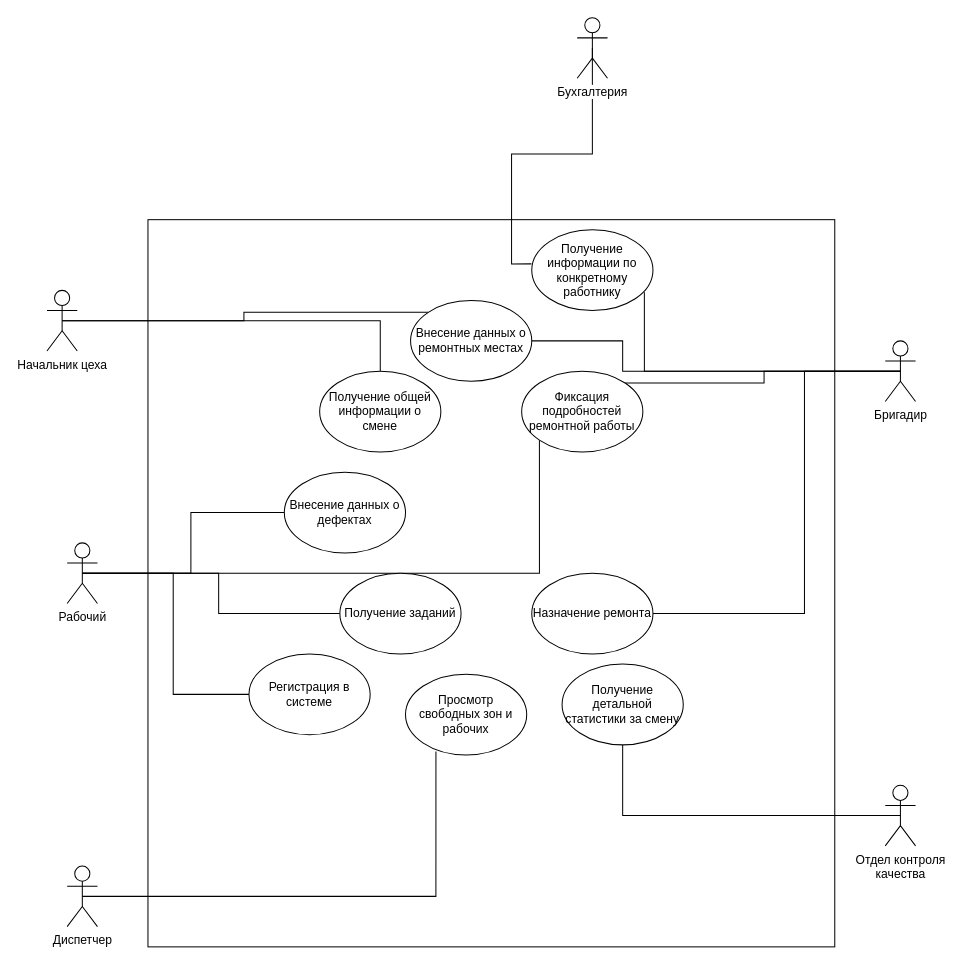
Before: UseCase.drawio in vladmosin/CLI, a draw.io diagram. Source tidied: cells renumbered, new cells numbered last; positions are measured from the earlier drawing's top-left corner, leaving out a move shared by most shapes. Both pictures are drawn from the tidied source at 101%, with x=0, y=0 at pixel (46, 17).
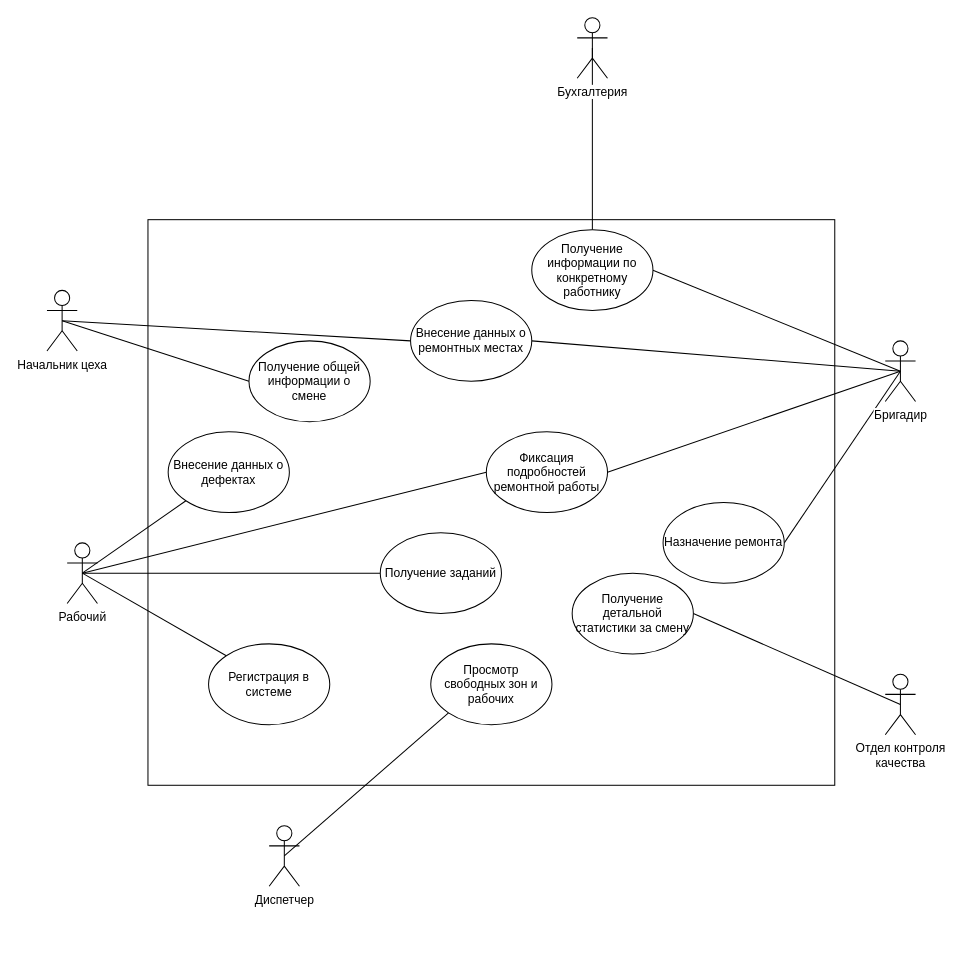
The same page after the edit.

The change refers to these unchanged cells:
```xml
<mxCell id="9" value="Бригадир" style="shape=umlActor;verticalLabelPosition=bottom;labelBackgroundColor=#ffffff;verticalAlign=top;html=1;outlineConnect=0;" parent="1" vertex="1">
  <mxGeometry x="830" y="320" width="30" height="60" as="geometry" />
</mxCell>
<mxCell id="14" value="Рабочий" style="shape=umlActor;verticalLabelPosition=bottom;labelBackgroundColor=#ffffff;verticalAlign=top;html=1;" parent="1" vertex="1">
  <mxGeometry x="20" y="520" width="30" height="60" as="geometry" />
</mxCell>
<mxCell id="19" value="Начальник цеха" style="shape=umlActor;verticalLabelPosition=bottom;labelBackgroundColor=#ffffff;verticalAlign=top;html=1;" parent="1" vertex="1">
  <mxGeometry y="270" width="30" height="60" as="geometry" />
</mxCell>
<mxCell id="21" value="Бухгалтерия" style="shape=umlActor;verticalLabelPosition=bottom;labelBackgroundColor=#ffffff;verticalAlign=top;html=1;" parent="1" vertex="1">
  <mxGeometry x="525" width="30" height="60" as="geometry" />
</mxCell>
<mxCell id="22" value="Внесение данных о ремонтных местах" style="ellipse;whiteSpace=wrap;html=1;" parent="1" vertex="1">
  <mxGeometry x="360" y="280" width="120" height="80" as="geometry" />
</mxCell>
<mxCell id="31" value="Получение информации по конкретному работнику" style="ellipse;whiteSpace=wrap;html=1;" parent="1" vertex="1">
  <mxGeometry x="480" y="210" width="120" height="80" as="geometry" />
</mxCell>
```

Change to the diagram source:
```diff
@@
     <mxCell id="2" style="rounded=0;whiteSpace=wrap;html=1;" parent="1" vertex="1">
-      <mxGeometry x="100" y="200" width="680" height="720" as="geometry" />
+      <mxGeometry x="100" y="200" width="680" height="560" as="geometry" />
     </mxCell>
-    <mxCell id="3" style="edgeStyle=orthogonalEdgeStyle;rounded=0;jettySize=auto;html=1;exitX=0.5;exitY=0.5;exitDx=0;exitDy=0;exitPerimeter=0;entryX=0.251;entryY=0.957;entryDx=0;entryDy=0;entryPerimeter=0;endArrow=none;endFill=0;" parent="1" edge="1" source="4" target="28">
+    <mxCell id="3" style="rounded=0;jettySize=auto;html=1;exitX=0.5;exitY=0.5;exitDx=0;exitDy=0;exitPerimeter=0;entryX=0;entryY=1;entryDx=0;entryDy=0;endArrow=none;endFill=0;" parent="1" edge="1" source="4" target="28">
       <mxGeometry relative="1" as="geometry" />
     </mxCell>
     <mxCell id="4" value="Диспетчер" style="shape=umlActor;verticalLabelPosition=bottom;labelBackgroundColor=#ffffff;verticalAlign=top;html=1;outlineConnect=0;" parent="1" vertex="1">
-      <mxGeometry x="20" y="840" width="30" height="60" as="geometry" />
+      <mxGeometry x="220" y="800" width="30" height="60" as="geometry" />
     </mxCell>
-    <mxCell id="5" style="edgeStyle=orthogonalEdgeStyle;rounded=0;jettySize=auto;html=1;exitX=0.5;exitY=0.5;exitDx=0;exitDy=0;exitPerimeter=0;entryX=1;entryY=0;entryDx=0;entryDy=0;endArrow=none;endFill=0;" parent="1" edge="1" source="9" target="24">
+    <mxCell id="5" style="rounded=0;jettySize=auto;html=1;exitX=0.5;exitY=0.5;exitDx=0;exitDy=0;exitPerimeter=0;entryX=1;entryY=0.5;entryDx=0;entryDy=0;endArrow=none;endFill=0;" parent="1" edge="1" source="9" target="24">
       <mxGeometry relative="1" as="geometry" />
     </mxCell>
+    <mxCell id="8" style="rounded=0;jettySize=auto;html=1;exitX=0.5;exitY=0.5;exitDx=0;exitDy=0;exitPerimeter=0;entryX=1;entryY=0.5;entryDx=0;entryDy=0;endArrow=none;endFill=0;" parent="1" edge="1" source="9" target="31">
+      <mxGeometry relative="1" as="geometry" />
+    </mxCell>
+    <mxCell id="7" style="rounded=0;jettySize=auto;html=1;exitX=0.5;exitY=0.5;exitDx=0;exitDy=0;exitPerimeter=0;entryX=1;entryY=0.5;entryDx=0;entryDy=0;endArrow=none;endFill=0;" parent="1" edge="1" source="9" target="25">
+      <mxGeometry relative="1" as="geometry" />
+    </mxCell>
-    <mxCell id="6" style="edgeStyle=orthogonalEdgeStyle;rounded=0;jettySize=auto;html=1;exitX=0.5;exitY=0.5;exitDx=0;exitDy=0;exitPerimeter=0;entryX=1;entryY=0.5;entryDx=0;entryDy=0;endArrow=none;endFill=0;" parent="1" edge="1" source="9" target="22">
-      <mxGeometry relative="1" as="geometry">
-        <Array as="points">
-          <mxPoint x="570" y="350" />
-          <mxPoint x="570" y="320" />
-        </Array>
-      </mxGeometry>
+    <mxCell id="6" style="rounded=0;jettySize=auto;html=1;exitX=0.5;exitY=0.5;exitDx=0;exitDy=0;exitPerimeter=0;entryX=1;entryY=0.5;entryDx=0;entryDy=0;endArrow=none;endFill=0;" parent="1" edge="1" source="9" target="22">
+      <mxGeometry relative="1" as="geometry" />
     </mxCell>
-    <mxCell id="7" style="edgeStyle=orthogonalEdgeStyle;rounded=0;jettySize=auto;html=1;exitX=0.5;exitY=0.5;exitDx=0;exitDy=0;exitPerimeter=0;endArrow=none;endFill=0;" parent="1" edge="1" source="9" target="25">
-      <mxGeometry relative="1" as="geometry">
-        <Array as="points">
-          <mxPoint x="750" y="350" />
-          <mxPoint x="750" y="590" />
-        </Array>
-      </mxGeometry>
-    </mxCell>
-    <mxCell id="8" style="edgeStyle=orthogonalEdgeStyle;rounded=0;jettySize=auto;html=1;exitX=0.5;exitY=0.5;exitDx=0;exitDy=0;exitPerimeter=0;entryX=0.929;entryY=0.772;entryDx=0;entryDy=0;entryPerimeter=0;endArrow=none;endFill=0;" parent="1" edge="1" source="9" target="31">
-      <mxGeometry relative="1" as="geometry">
-        <Array as="points">
-          <mxPoint x="592" y="350" />
-        </Array>
-      </mxGeometry>
-    </mxCell>
@@
+    <mxCell id="11" style="rounded=0;jettySize=auto;html=1;exitX=0.5;exitY=0.5;exitDx=0;exitDy=0;exitPerimeter=0;entryX=0;entryY=1;entryDx=0;entryDy=0;endArrow=none;endFill=0;" parent="1" edge="1" source="14" target="23">
+      <mxGeometry relative="1" as="geometry" />
+    </mxCell>
+    <mxCell id="13" style="rounded=0;jettySize=auto;html=1;exitX=0.5;exitY=0.5;exitDx=0;exitDy=0;exitPerimeter=0;entryX=0;entryY=0.5;entryDx=0;entryDy=0;endArrow=none;endFill=0;" parent="1" edge="1" source="14" target="24">
+      <mxGeometry relative="1" as="geometry" />
+    </mxCell>
-    <mxCell id="10" style="edgeStyle=orthogonalEdgeStyle;rounded=0;jettySize=auto;html=1;exitX=0.5;exitY=0.5;exitDx=0;exitDy=0;exitPerimeter=0;entryX=0;entryY=0.5;entryDx=0;entryDy=0;endArrow=none;endFill=0;" parent="1" edge="1" source="14" target="26">
+    <mxCell id="10" style="rounded=0;jettySize=auto;html=1;exitX=0.5;exitY=0.5;exitDx=0;exitDy=0;exitPerimeter=0;entryX=0;entryY=0;entryDx=0;entryDy=0;endArrow=none;endFill=0;" parent="1" edge="1" source="14" target="26">
       <mxGeometry relative="1" as="geometry" />
     </mxCell>
-    <mxCell id="11" style="edgeStyle=orthogonalEdgeStyle;rounded=0;jettySize=auto;html=1;exitX=0.5;exitY=0.5;exitDx=0;exitDy=0;exitPerimeter=0;entryX=0;entryY=0.5;entryDx=0;entryDy=0;endArrow=none;endFill=0;" parent="1" edge="1" source="14" target="23">
-      <mxGeometry relative="1" as="geometry" />
-    </mxCell>
-    <mxCell id="12" style="edgeStyle=orthogonalEdgeStyle;rounded=0;jettySize=auto;html=1;exitX=0.5;exitY=0.5;exitDx=0;exitDy=0;exitPerimeter=0;entryX=0;entryY=0.5;entryDx=0;entryDy=0;endArrow=none;endFill=0;" parent="1" edge="1" source="14" target="27">
+    <mxCell id="12" style="rounded=0;jettySize=auto;html=1;exitX=0.5;exitY=0.5;exitDx=0;exitDy=0;exitPerimeter=0;entryX=0;entryY=0.5;entryDx=0;entryDy=0;endArrow=none;endFill=0;" parent="1" edge="1" source="14" target="27">
       <mxGeometry relative="1" as="geometry" />
     </mxCell>
-    <mxCell id="13" style="edgeStyle=orthogonalEdgeStyle;rounded=0;jettySize=auto;html=1;exitX=0.5;exitY=0.5;exitDx=0;exitDy=0;exitPerimeter=0;entryX=0;entryY=1;entryDx=0;entryDy=0;endArrow=none;endFill=0;" parent="1" edge="1" source="14" target="24">
-      <mxGeometry relative="1" as="geometry" />
-    </mxCell>
@@
-    <mxCell id="15" style="edgeStyle=orthogonalEdgeStyle;rounded=0;jettySize=auto;html=1;exitX=0.5;exitY=0.5;exitDx=0;exitDy=0;exitPerimeter=0;entryX=0.5;entryY=1;entryDx=0;entryDy=0;endArrow=none;endFill=0;" parent="1" edge="1" source="16" target="29">
+    <mxCell id="15" style="rounded=0;jettySize=auto;html=1;exitX=0.5;exitY=0.5;exitDx=0;exitDy=0;exitPerimeter=0;entryX=1;entryY=0.5;entryDx=0;entryDy=0;endArrow=none;endFill=0;" parent="1" edge="1" source="16" target="29">
       <mxGeometry relative="1" as="geometry" />
     </mxCell>
     <mxCell id="16" value="Отдел контроля&lt;br&gt;качества" style="shape=umlActor;verticalLabelPosition=bottom;labelBackgroundColor=#ffffff;verticalAlign=top;html=1;" parent="1" vertex="1">
-      <mxGeometry x="830" y="760" width="30" height="60" as="geometry" />
+      <mxGeometry x="830" y="650" width="30" height="60" as="geometry" />
     </mxCell>
-    <mxCell id="17" style="edgeStyle=orthogonalEdgeStyle;rounded=0;jettySize=auto;html=1;exitX=0.5;exitY=0.5;exitDx=0;exitDy=0;exitPerimeter=0;entryX=0;entryY=0;entryDx=0;entryDy=0;endArrow=none;endFill=0;" parent="1" edge="1" source="19" target="22">
+    <mxCell id="17" style="rounded=0;jettySize=auto;html=1;exitX=0.5;exitY=0.5;exitDx=0;exitDy=0;exitPerimeter=0;entryX=0;entryY=0.5;entryDx=0;entryDy=0;endArrow=none;endFill=0;" parent="1" edge="1" source="19" target="22">
       <mxGeometry relative="1" as="geometry" />
     </mxCell>
-    <mxCell id="18" style="edgeStyle=orthogonalEdgeStyle;rounded=0;jettySize=auto;html=1;exitX=0.5;exitY=0.5;exitDx=0;exitDy=0;exitPerimeter=0;entryX=0.5;entryY=0;entryDx=0;entryDy=0;endArrow=none;endFill=0;" parent="1" edge="1" source="19" target="30">
+    <mxCell id="18" style="rounded=0;jettySize=auto;html=1;exitX=0.5;exitY=0.5;exitDx=0;exitDy=0;exitPerimeter=0;entryX=0;entryY=0.5;entryDx=0;entryDy=0;endArrow=none;endFill=0;" parent="1" edge="1" source="19" target="30">
       <mxGeometry relative="1" as="geometry" />
     </mxCell>
@@
-    <mxCell id="20" style="edgeStyle=orthogonalEdgeStyle;rounded=0;jettySize=auto;html=1;exitX=0.5;exitY=0.5;exitDx=0;exitDy=0;exitPerimeter=0;entryX=-0.003;entryY=0.422;entryDx=0;entryDy=0;entryPerimeter=0;endArrow=none;endFill=0;" parent="1" edge="1" source="21" target="31">
+    <mxCell id="20" style="rounded=0;jettySize=auto;html=1;exitX=0.5;exitY=0.5;exitDx=0;exitDy=0;exitPerimeter=0;entryX=0.5;entryY=0;entryDx=0;entryDy=0;endArrow=none;endFill=0;" parent="1" edge="1" source="21" target="31">
       <mxGeometry relative="1" as="geometry" />
     </mxCell>
@@
     <mxCell id="23" value="Внесение данных о дефектах" style="ellipse;whiteSpace=wrap;html=1;" parent="1" vertex="1">
-      <mxGeometry x="235" y="450" width="120" height="80" as="geometry" />
+      <mxGeometry x="120" y="410" width="120" height="80" as="geometry" />
     </mxCell>
     <mxCell id="24" value="Фиксация подробностей ремонтной работы" style="ellipse;whiteSpace=wrap;html=1;" parent="1" vertex="1">
-      <mxGeometry x="470" y="350" width="120" height="80" as="geometry" />
+      <mxGeometry x="435" y="410" width="120" height="80" as="geometry" />
     </mxCell>
     <mxCell id="25" value="Назначение ремонта" style="ellipse;whiteSpace=wrap;html=1;" parent="1" vertex="1">
-      <mxGeometry x="480" y="550" width="120" height="80" as="geometry" />
+      <mxGeometry x="610" y="480" width="120" height="80" as="geometry" />
     </mxCell>
     <mxCell id="26" value="Регистрация в системе" style="ellipse;whiteSpace=wrap;html=1;" parent="1" vertex="1">
-      <mxGeometry x="200" y="630" width="120" height="80" as="geometry" />
+      <mxGeometry x="160" y="620" width="120" height="80" as="geometry" />
     </mxCell>
     <mxCell id="27" value="Получение заданий" style="ellipse;whiteSpace=wrap;html=1;" parent="1" vertex="1">
-      <mxGeometry x="290" y="550" width="120" height="80" as="geometry" />
+      <mxGeometry x="330" y="510" width="120" height="80" as="geometry" />
     </mxCell>
     <mxCell id="28" value="Просмотр свободных зон и рабочих" style="ellipse;whiteSpace=wrap;html=1;" parent="1" vertex="1">
-      <mxGeometry x="355" y="650" width="120" height="80" as="geometry" />
+      <mxGeometry x="380" y="620" width="120" height="80" as="geometry" />
     </mxCell>
     <mxCell id="29" value="Получение детальной статистики за смену" style="ellipse;whiteSpace=wrap;html=1;" parent="1" vertex="1">
-      <mxGeometry x="510" y="640" width="120" height="80" as="geometry" />
+      <mxGeometry x="520" y="550" width="120" height="80" as="geometry" />
     </mxCell>
     <mxCell id="30" value="Получение общей информации о смене" style="ellipse;whiteSpace=wrap;html=1;" parent="1" vertex="1">
-      <mxGeometry x="270" y="350" width="120" height="80" as="geometry" />
+      <mxGeometry x="200" y="320" width="120" height="80" as="geometry" />
     </mxCell>
```
